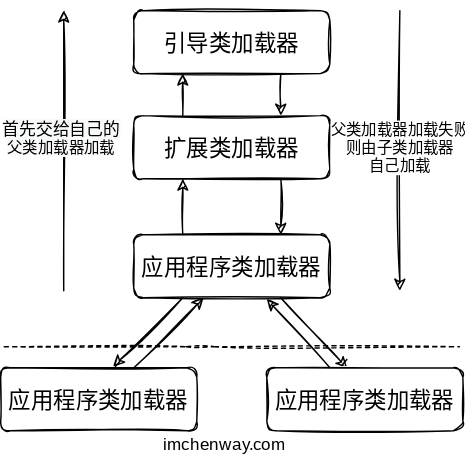
This is private/双亲委派模型.drawio.svg from imchenway/imchenway.github.io, a draw.io export, as it was before one commit. Source tidied: cells renumbered, new cells last; positions are measured from the earlier drawing's top-left corner, leaving out a move shared by most shapes.
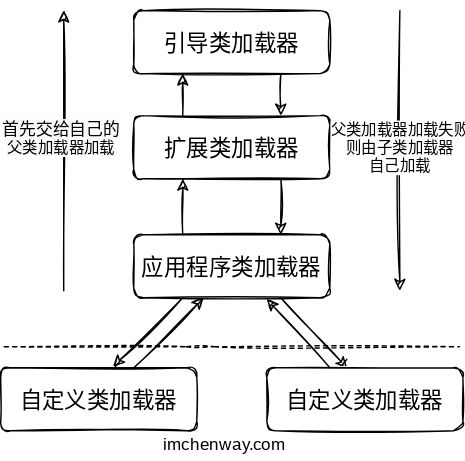
The same file after the commit.

Diff of the diagram source:
```diff
@@ -44,10 +44,10 @@
         <mxPoint x="145" y="205" as="targetPoint" />
       </mxGeometry>
     </mxCell>
-    <mxCell id="13" value="&lt;span&gt;&lt;font face=&quot;ZCOOL KuaiLe&quot; style=&quot;font-size: 16px&quot;&gt;应用程序类加载器&lt;/font&gt;&lt;/span&gt;" style="rounded=1;whiteSpace=wrap;html=1;sketch=1;" parent="1" vertex="1">
+    <mxCell id="13" value="&lt;span style=&quot;font-family: &amp;#34;zcool kuaile&amp;#34; ; font-size: 16px&quot;&gt;自定义类加载器&lt;/span&gt;" style="rounded=1;whiteSpace=wrap;html=1;sketch=1;" parent="1" vertex="1">
       <mxGeometry x="190" y="255" width="140" height="45" as="geometry" />
     </mxCell>
-    <mxCell id="14" value="&lt;span&gt;&lt;font face=&quot;ZCOOL KuaiLe&quot; style=&quot;font-size: 16px&quot;&gt;应用程序类加载器&lt;/font&gt;&lt;/span&gt;" style="rounded=1;whiteSpace=wrap;html=1;sketch=1;" parent="1" vertex="1">
+    <mxCell id="14" value="&lt;span&gt;&lt;font face=&quot;ZCOOL KuaiLe&quot; style=&quot;font-size: 16px&quot;&gt;自定义类加载器&lt;/font&gt;&lt;/span&gt;" style="rounded=1;whiteSpace=wrap;html=1;sketch=1;" parent="1" vertex="1">
       <mxGeometry y="255" width="140" height="45" as="geometry" />
     </mxCell>
     <mxCell id="15" style="endArrow=classic;html=1;sketch=1;" parent="1" edge="1">
```
